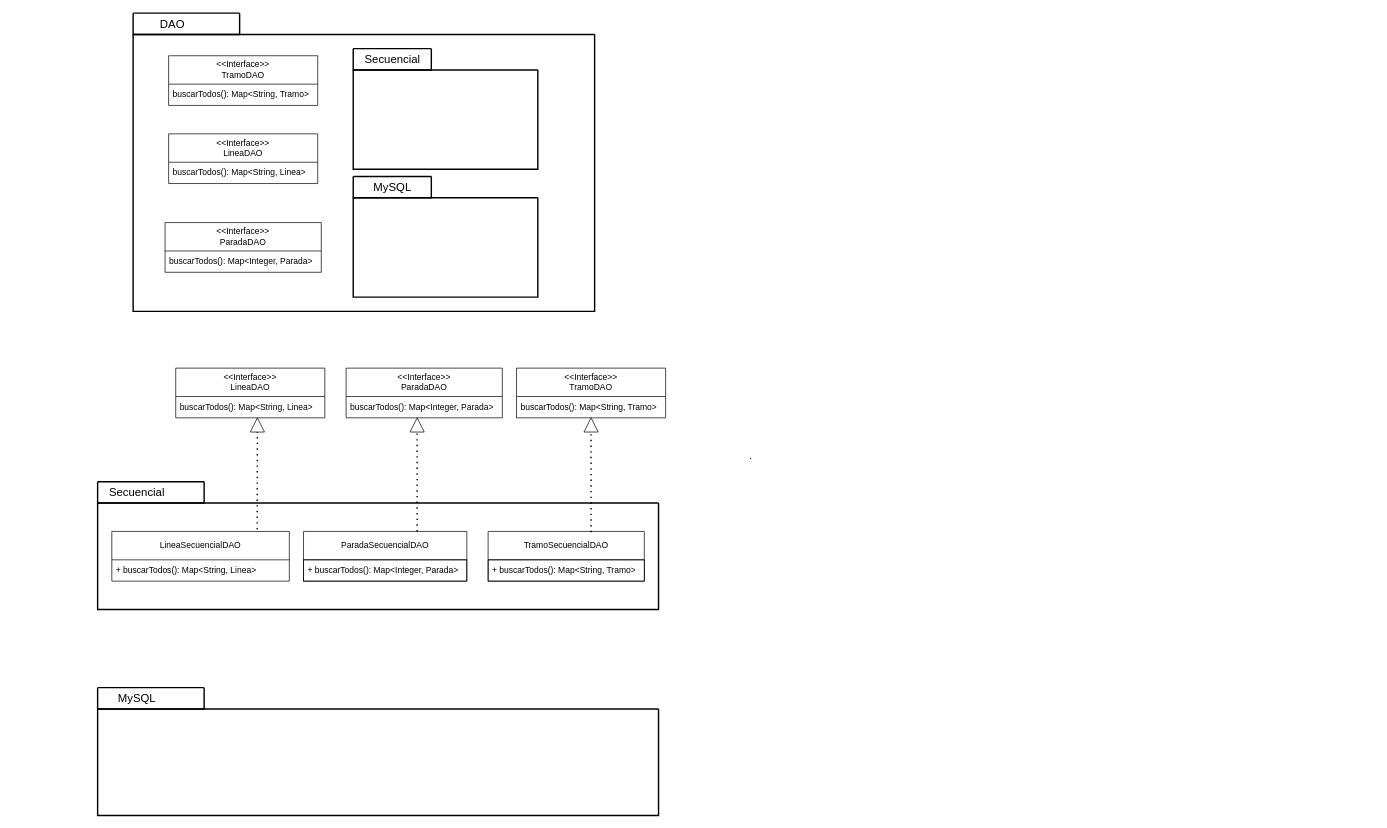
Above: src/colectivo/doc/uml/drawio/colectivos.dao.drawio in AverageZeko/POO-colectivos (draw.io), before the change. Source tidied: cells renumbered, new cells numbered last; positions are measured from the earlier drawing's top-left corner, leaving out a move shared by most shapes. Both pictures are drawn from the tidied source at 71%, with x=0, y=0 at pixel (97, 13).
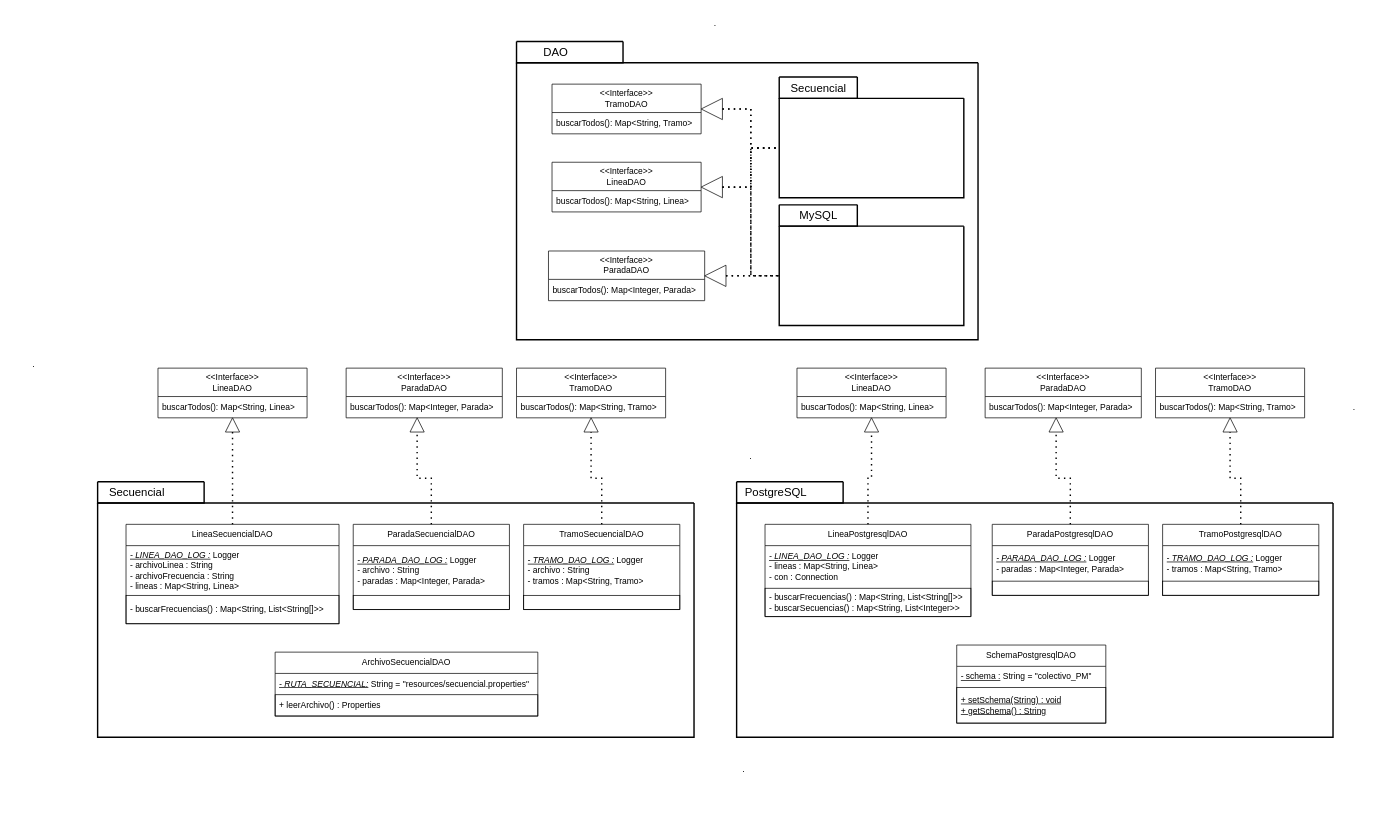
The same page after the edit.

Unchanged cells that the change refers to:
```xml
<mxCell id="35" style="triangle;whiteSpace=wrap;html=1;direction=north;" parent="1" vertex="1">
  <mxGeometry x="440" y="570" width="20" height="20" as="geometry" />
</mxCell>
<mxCell id="37" style="triangle;whiteSpace=wrap;html=1;direction=north;" parent="1" vertex="1">
  <mxGeometry x="685" y="570" width="20" height="20" as="geometry" />
</mxCell>
```

The edit, as a diff of the source:
```diff
@@
     <mxCell id="2" style="swimlane;startSize=0;align=center;strokeWidth=2;" parent="1" vertex="1">
-      <mxGeometry x="50" y="30" width="650" height="390" as="geometry" />
+      <mxGeometry x="590" y="70" width="650" height="390" as="geometry" />
     </mxCell>
@@
     <mxCell id="9" style="swimlane;startSize=0;align=center;strokeWidth=2;" parent="2" vertex="1">
-      <mxGeometry x="310" y="50" width="260" height="140" as="geometry" />
+      <mxGeometry x="370" y="50" width="260" height="140" as="geometry" />
     </mxCell>
     <mxCell id="10" style="swimlane;startSize=0;strokeWidth=2;" parent="2" vertex="1">
-      <mxGeometry x="310" y="20" width="110" height="30" as="geometry" />
+      <mxGeometry x="370" y="20" width="110" height="30" as="geometry" />
     </mxCell>
@@
     <mxCell id="12" style="swimlane;startSize=0;align=center;strokeWidth=2;" parent="2" vertex="1">
-      <mxGeometry x="310" y="230" width="260" height="140" as="geometry" />
+      <mxGeometry x="370" y="230" width="260" height="140" as="geometry" />
     </mxCell>
     <mxCell id="13" style="swimlane;startSize=0;strokeWidth=2;" parent="2" vertex="1">
-      <mxGeometry x="310" y="200" width="110" height="30" as="geometry" />
+      <mxGeometry x="370" y="200" width="110" height="30" as="geometry" />
     </mxCell>
@@
+    <mxCell id="42" style="triangle;whiteSpace=wrap;html=1;direction=west;" parent="2" vertex="1">
+      <mxGeometry x="260" y="50" width="30" height="30" as="geometry" />
+    </mxCell>
+    <mxCell id="43" style="triangle;whiteSpace=wrap;html=1;direction=west;" parent="2" vertex="1">
+      <mxGeometry x="260" y="160" width="30" height="30" as="geometry" />
+    </mxCell>
+    <mxCell id="44" style="triangle;whiteSpace=wrap;html=1;direction=west;" parent="2" vertex="1">
+      <mxGeometry x="265" y="285" width="30" height="30" as="geometry" />
+    </mxCell>
+    <mxCell id="45" style="endArrow=none;dashed=1;html=1;dashPattern=1 3;strokeWidth=2;rounded=0;entryX=0;entryY=0.5;entryDx=0;entryDy=0;exitX=0;exitY=0.5;exitDx=0;exitDy=0;edgeStyle=orthogonalEdgeStyle;" parent="2" edge="1" source="42" target="9">
+      <mxGeometry relative="1" as="geometry" />
+    </mxCell>
+    <mxCell id="46" style="endArrow=none;dashed=1;html=1;dashPattern=1 3;strokeWidth=2;rounded=0;entryX=0;entryY=0.5;entryDx=0;entryDy=0;exitX=0;exitY=0.5;exitDx=0;exitDy=0;edgeStyle=orthogonalEdgeStyle;" parent="2" edge="1" source="43" target="9">
+      <mxGeometry relative="1" as="geometry" />
+    </mxCell>
+    <mxCell id="47" style="endArrow=none;dashed=1;html=1;dashPattern=1 3;strokeWidth=2;rounded=0;entryX=0;entryY=0.5;entryDx=0;entryDy=0;exitX=0;exitY=0.5;exitDx=0;exitDy=0;edgeStyle=orthogonalEdgeStyle;" parent="2" edge="1" source="43" target="9">
+      <mxGeometry relative="1" as="geometry" />
+    </mxCell>
+    <mxCell id="48" style="endArrow=none;dashed=1;html=1;dashPattern=1 3;strokeWidth=2;rounded=0;entryX=0;entryY=0.5;entryDx=0;entryDy=0;exitX=0;exitY=0.5;exitDx=0;exitDy=0;edgeStyle=orthogonalEdgeStyle;" parent="2" edge="1" source="44" target="9">
+      <mxGeometry relative="1" as="geometry">
+        <Array as="points">
+          <mxPoint x="330" y="300" />
+          <mxPoint x="330" y="120" />
+        </Array>
+      </mxGeometry>
+    </mxCell>
+    <mxCell id="49" style="endArrow=none;dashed=1;html=1;dashPattern=1 3;strokeWidth=2;rounded=0;entryX=0;entryY=0.5;entryDx=0;entryDy=0;exitX=0;exitY=0.5;exitDx=0;exitDy=0;edgeStyle=orthogonalEdgeStyle;" parent="2" edge="1" source="44" target="12">
+      <mxGeometry relative="1" as="geometry" />
+    </mxCell>
+    <mxCell id="50" style="endArrow=none;dashed=1;html=1;dashPattern=1 3;strokeWidth=2;rounded=0;entryX=0;entryY=0.5;entryDx=0;entryDy=0;exitX=0;exitY=0.5;exitDx=0;exitDy=0;edgeStyle=orthogonalEdgeStyle;" parent="2" edge="1" source="43" target="12">
+      <mxGeometry relative="1" as="geometry" />
+    </mxCell>
+    <mxCell id="51" style="endArrow=none;dashed=1;html=1;dashPattern=1 3;strokeWidth=2;rounded=0;entryX=0;entryY=0.5;entryDx=0;entryDy=0;exitX=0;exitY=0.5;exitDx=0;exitDy=0;edgeStyle=orthogonalEdgeStyle;" parent="2" edge="1" source="42" target="12">
+      <mxGeometry relative="1" as="geometry" />
+    </mxCell>
     <mxCell id="15" style="swimlane;startSize=0;strokeWidth=2;" parent="1" vertex="1">
-      <mxGeometry x="50" width="150" height="30" as="geometry" />
+      <mxGeometry x="590" y="40" width="150" height="30" as="geometry" />
     </mxCell>
@@
     <mxCell id="17" style="swimlane;startSize=0;align=center;strokeWidth=2;" parent="1" vertex="1">
-      <mxGeometry y="690" width="790" height="150" as="geometry" />
+      <mxGeometry y="690" width="840" height="330" as="geometry" />
     </mxCell>
-    <mxCell id="18" value="LineaSecuencialDAO" style="swimlane;fontStyle=0;horizontal=1;startSize=40;whiteSpace=wrap;html=1;" parent="17" vertex="1">
-      <mxGeometry x="20" y="40" width="250" height="70" as="geometry" />
+    <mxCell id="18" value="LineaSecuencialDAO" style="swimlane;fontStyle=0;horizontal=1;startSize=30;whiteSpace=wrap;html=1;" parent="17" vertex="1">
+      <mxGeometry x="40" y="30" width="300" height="140" as="geometry" />
     </mxCell>
-    <mxCell id="19" value="+ buscarTodos(): Map&amp;lt;String, Linea&amp;gt;" style="text;strokeColor=none;fillColor=none;align=left;verticalAlign=middle;spacingLeft=4;spacingRight=4;overflow=hidden;whiteSpace=wrap;html=1;" parent="18" vertex="1">
-      <mxGeometry y="40" width="250" height="30" as="geometry" />
-    </mxCell>
+    <mxCell id="52" value="&lt;div&gt;&lt;u&gt;&lt;i&gt;- LINEA_DAO_LOG :&lt;/i&gt;&lt;/u&gt;&amp;nbsp;Logger&lt;/div&gt;&lt;div&gt;- archivoLinea : String&lt;/div&gt;&lt;div&gt;- archivoFrecuencia : String&lt;/div&gt;&lt;div&gt;- lineas : Map&amp;lt;String, Linea&amp;gt;&lt;/div&gt;" style="text;strokeColor=none;fillColor=none;align=left;verticalAlign=middle;spacingLeft=4;spacingRight=4;overflow=hidden;whiteSpace=wrap;html=1;" parent="18" vertex="1">
+      <mxGeometry y="30" width="300" height="70" as="geometry" />
+    </mxCell>
+    <mxCell id="53" value="- buscarFrecuencias() : Map&amp;lt;String, List&amp;lt;String[]&amp;gt;&amp;gt;" style="text;strokeColor=default;fillColor=none;align=left;verticalAlign=middle;spacingLeft=4;spacingRight=4;overflow=hidden;whiteSpace=wrap;html=1;" parent="18" vertex="1">
+      <mxGeometry y="100" width="300" height="40" as="geometry" />
+    </mxCell>
-    <mxCell id="20" value="ParadaSecuencialDAO" style="swimlane;fontStyle=0;horizontal=1;startSize=40;whiteSpace=wrap;html=1;" parent="17" vertex="1">
-      <mxGeometry x="290" y="40" width="230" height="70" as="geometry" />
+    <mxCell id="20" value="ParadaSecuencialDAO" style="swimlane;fontStyle=0;horizontal=1;startSize=30;whiteSpace=wrap;html=1;" parent="17" vertex="1">
+      <mxGeometry x="360" y="30" width="220" height="120" as="geometry" />
     </mxCell>
-    <mxCell id="21" value="+ buscarTodos(): Map&amp;lt;Integer, Parada&amp;gt;" style="text;strokeColor=default;fillColor=none;align=left;verticalAlign=middle;spacingLeft=4;spacingRight=4;overflow=hidden;whiteSpace=wrap;html=1;" parent="20" vertex="1">
-      <mxGeometry y="40" width="230" height="30" as="geometry" />
-    </mxCell>
+    <mxCell id="54" value="&lt;div&gt;&lt;u&gt;&lt;i&gt;- PARADA_DAO_LOG :&lt;/i&gt;&lt;/u&gt;&amp;nbsp;Logger&lt;/div&gt;&lt;div&gt;- archivo : String&lt;/div&gt;&lt;div&gt;- paradas : Map&amp;lt;Integer, Parada&amp;gt;&lt;/div&gt;" style="text;strokeColor=none;fillColor=none;align=left;verticalAlign=middle;spacingLeft=4;spacingRight=4;overflow=hidden;whiteSpace=wrap;html=1;" parent="20" vertex="1">
+      <mxGeometry y="30" width="220" height="70" as="geometry" />
+    </mxCell>
+    <mxCell id="55" value="&lt;div&gt;&lt;br&gt;&lt;/div&gt;" style="text;strokeColor=default;fillColor=none;align=left;verticalAlign=middle;spacingLeft=4;spacingRight=4;overflow=hidden;whiteSpace=wrap;html=1;" parent="20" vertex="1">
+      <mxGeometry y="100" width="220" height="20" as="geometry" />
+    </mxCell>
+    <mxCell id="30" value="TramoSecuencialDAO" style="swimlane;fontStyle=0;horizontal=1;startSize=30;whiteSpace=wrap;html=1;" parent="17" vertex="1">
+      <mxGeometry x="600" y="30" width="220" height="120" as="geometry" />
+    </mxCell>
+    <mxCell id="56" value="&lt;div&gt;&lt;u&gt;&lt;i&gt;- TRAMO_DAO_LOG :&lt;/i&gt;&lt;/u&gt;&amp;nbsp;Logger&lt;/div&gt;&lt;div&gt;- archivo : String&lt;/div&gt;&lt;div&gt;- tramos : Map&amp;lt;String, Tramo&amp;gt;&lt;/div&gt;" style="text;strokeColor=none;fillColor=none;align=left;verticalAlign=middle;spacingLeft=4;spacingRight=4;overflow=hidden;whiteSpace=wrap;html=1;" parent="30" vertex="1">
+      <mxGeometry y="30" width="220" height="70" as="geometry" />
+    </mxCell>
+    <mxCell id="57" style="text;strokeColor=default;fillColor=none;align=left;verticalAlign=middle;spacingLeft=4;spacingRight=4;overflow=hidden;whiteSpace=wrap;html=1;" parent="30" vertex="1">
+      <mxGeometry y="100" width="220" height="20" as="geometry" />
+    </mxCell>
+    <mxCell id="58" value="ArchivoSecuencialDAO" style="swimlane;fontStyle=0;horizontal=1;startSize=30;whiteSpace=wrap;html=1;" parent="17" vertex="1">
+      <mxGeometry x="250" y="210" width="370" height="90" as="geometry" />
+    </mxCell>
+    <mxCell id="59" value="&lt;u&gt;&lt;i&gt;- RUTA_SECUENCIAL:&lt;/i&gt;&lt;/u&gt;&amp;nbsp;String = &quot;resources/secuencial.properties&quot;" style="text;strokeColor=none;fillColor=none;align=left;verticalAlign=middle;spacingLeft=4;spacingRight=4;overflow=hidden;whiteSpace=wrap;html=1;" parent="58" vertex="1">
+      <mxGeometry y="30" width="370" height="30" as="geometry" />
+    </mxCell>
+    <mxCell id="60" value="+ leerArchivo() : Properties" style="text;strokeColor=default;fillColor=none;align=left;verticalAlign=middle;spacingLeft=4;spacingRight=4;overflow=hidden;whiteSpace=wrap;html=1;" parent="58" vertex="1">
+      <mxGeometry y="60" width="370" height="30" as="geometry" />
+    </mxCell>
@@
     <mxCell id="26" value="&lt;div&gt;&amp;lt;&amp;lt;Interface&amp;gt;&amp;gt;&lt;/div&gt;&lt;div&gt;LineaDAO&lt;/div&gt;" style="swimlane;fontStyle=0;horizontal=1;startSize=40;whiteSpace=wrap;html=1;" parent="1" vertex="1">
-      <mxGeometry x="110" y="500" width="210" height="70" as="geometry" />
+      <mxGeometry x="85" y="500" width="210" height="70" as="geometry" />
     </mxCell>
@@
-    <mxCell id="30" value="TramoSecuencialDAO" style="swimlane;fontStyle=0;horizontal=1;startSize=40;whiteSpace=wrap;html=1;" parent="1" vertex="1">
-      <mxGeometry x="550" y="730" width="220" height="70" as="geometry" />
-    </mxCell>
-    <mxCell id="31" value="+ buscarTodos(): Map&amp;lt;String, Tramo&amp;gt;" style="text;strokeColor=default;fillColor=none;align=left;verticalAlign=middle;spacingLeft=4;spacingRight=4;overflow=hidden;whiteSpace=wrap;html=1;" parent="30" vertex="1">
-      <mxGeometry y="40" width="220" height="30" as="geometry" />
-    </mxCell>
-    <mxCell id="32" style="endArrow=none;dashed=1;html=1;dashPattern=1 3;strokeWidth=2;rounded=0;entryX=0;entryY=0.5;entryDx=0;entryDy=0;exitX=0.819;exitY=-0.043;exitDx=0;exitDy=0;edgeStyle=orthogonalEdgeStyle;exitPerimeter=0;" parent="1" edge="1" source="18" target="34">
+    <mxCell id="32" style="endArrow=none;dashed=1;html=1;dashPattern=1 3;strokeWidth=2;rounded=0;entryX=0;entryY=0.5;entryDx=0;entryDy=0;exitX=0.5;exitY=0;exitDx=0;exitDy=0;edgeStyle=orthogonalEdgeStyle;" parent="1" edge="1" source="18" target="34">
       <mxGeometry relative="1" as="geometry" />
     </mxCell>
-    <mxCell id="33" style="endArrow=none;dashed=1;html=1;dashPattern=1 3;strokeWidth=2;rounded=0;entryX=0;entryY=0.5;entryDx=0;entryDy=0;edgeStyle=orthogonalEdgeStyle;startArrow=none;startFill=0;" parent="1" edge="1" target="35">
-      <mxGeometry relative="1" as="geometry">
-        <mxPoint x="450" y="730" as="sourcePoint" />
-        <Array as="points">
-          <mxPoint x="450" y="730" />
-        </Array>
-      </mxGeometry>
+    <mxCell id="33" style="endArrow=none;dashed=1;html=1;dashPattern=1 3;strokeWidth=2;rounded=0;entryX=0;entryY=0.5;entryDx=0;entryDy=0;startArrow=none;startFill=0;exitX=0.5;exitY=0;exitDx=0;exitDy=0;edgeStyle=orthogonalEdgeStyle;" parent="1" edge="1" source="20" target="35">
+      <mxGeometry relative="1" as="geometry" />
     </mxCell>
     <mxCell id="34" style="triangle;whiteSpace=wrap;html=1;direction=north;" parent="1" vertex="1">
-      <mxGeometry x="215" y="570" width="20" height="20" as="geometry" />
+      <mxGeometry x="180" y="570" width="20" height="20" as="geometry" />
     </mxCell>
@@
-    <mxCell id="36" style="endArrow=none;dashed=1;html=1;dashPattern=1 3;strokeWidth=2;rounded=0;entryX=0;entryY=0.5;entryDx=0;entryDy=0;exitX=0.659;exitY=0.014;exitDx=0;exitDy=0;edgeStyle=orthogonalEdgeStyle;exitPerimeter=0;" parent="1" edge="1" source="30" target="37">
+    <mxCell id="36" style="endArrow=none;dashed=1;html=1;dashPattern=1 3;strokeWidth=2;rounded=0;entryX=0;entryY=0.5;entryDx=0;entryDy=0;exitX=0.5;exitY=0;exitDx=0;exitDy=0;edgeStyle=orthogonalEdgeStyle;" parent="1" edge="1" source="30" target="37">
       <mxGeometry relative="1" as="geometry" />
     </mxCell>
@@
-    <mxCell id="38" style="swimlane;startSize=0;align=center;strokeWidth=2;" parent="1" vertex="1">
-      <mxGeometry y="980" width="790" height="150" as="geometry" />
-    </mxCell>
-    <mxCell id="39" style="swimlane;startSize=0;strokeWidth=2;" parent="1" vertex="1">
-      <mxGeometry y="950" width="150" height="30" as="geometry" />
-    </mxCell>
-    <mxCell id="40" value="MySQL" style="text;html=1;align=center;verticalAlign=middle;strokeColor=none;fillColor=none;fontSize=16;" parent="39" vertex="1">
-      <mxGeometry x="15" width="80" height="30" as="geometry" />
-    </mxCell>
@@
+    <mxCell id="61" style="swimlane;startSize=0;align=center;strokeWidth=2;" parent="1" vertex="1">
+      <mxGeometry x="900" y="690" width="840" height="330" as="geometry" />
+    </mxCell>
+    <mxCell id="62" value="LineaPostgresqlDAO" style="swimlane;fontStyle=0;horizontal=1;startSize=30;whiteSpace=wrap;html=1;" parent="61" vertex="1">
+      <mxGeometry x="40" y="30" width="290" height="130" as="geometry" />
+    </mxCell>
+    <mxCell id="63" value="&lt;div&gt;&lt;u&gt;&lt;i&gt;- LINEA_DAO_LOG :&lt;/i&gt;&lt;/u&gt;&amp;nbsp;Logger&lt;/div&gt;&lt;div&gt;- lineas : Map&amp;lt;String, Linea&amp;gt;&lt;/div&gt;&lt;div&gt;- con : Connection&lt;/div&gt;" style="text;strokeColor=none;fillColor=none;align=left;verticalAlign=middle;spacingLeft=4;spacingRight=4;overflow=hidden;whiteSpace=wrap;html=1;" parent="62" vertex="1">
+      <mxGeometry y="30" width="290" height="60" as="geometry" />
+    </mxCell>
+    <mxCell id="64" value="&lt;div&gt;- buscarFrecuencias() : Map&amp;lt;String, List&amp;lt;String[]&amp;gt;&amp;gt;&lt;/div&gt;- buscarSecuencias() : Map&amp;lt;String, List&amp;lt;Integer&amp;gt;&amp;gt;" style="text;strokeColor=default;fillColor=none;align=left;verticalAlign=middle;spacingLeft=4;spacingRight=4;overflow=hidden;whiteSpace=wrap;html=1;" parent="62" vertex="1">
+      <mxGeometry y="90" width="290" height="40" as="geometry" />
+    </mxCell>
+    <mxCell id="65" value="ParadaPostgresqlDAO" style="swimlane;fontStyle=0;horizontal=1;startSize=30;whiteSpace=wrap;html=1;" parent="61" vertex="1">
+      <mxGeometry x="360" y="30" width="220" height="100" as="geometry" />
+    </mxCell>
+    <mxCell id="66" value="&lt;div&gt;&lt;u&gt;&lt;i&gt;- PARADA_DAO_LOG :&lt;/i&gt;&lt;/u&gt;&amp;nbsp;Logger&lt;/div&gt;&lt;div&gt;- paradas : Map&amp;lt;Integer, Parada&amp;gt;&lt;/div&gt;" style="text;strokeColor=none;fillColor=none;align=left;verticalAlign=middle;spacingLeft=4;spacingRight=4;overflow=hidden;whiteSpace=wrap;html=1;" parent="65" vertex="1">
+      <mxGeometry y="30" width="220" height="50" as="geometry" />
+    </mxCell>
+    <mxCell id="67" value="&lt;div&gt;&lt;br&gt;&lt;/div&gt;" style="text;strokeColor=default;fillColor=none;align=left;verticalAlign=middle;spacingLeft=4;spacingRight=4;overflow=hidden;whiteSpace=wrap;html=1;" parent="65" vertex="1">
+      <mxGeometry y="80" width="220" height="20" as="geometry" />
+    </mxCell>
+    <mxCell id="68" value="TramoPostgresqlDAO" style="swimlane;fontStyle=0;horizontal=1;startSize=30;whiteSpace=wrap;html=1;" parent="61" vertex="1">
+      <mxGeometry x="600" y="30" width="220" height="100" as="geometry" />
+    </mxCell>
+    <mxCell id="69" value="&lt;div&gt;&lt;u&gt;&lt;i&gt;- TRAMO_DAO_LOG :&lt;/i&gt;&lt;/u&gt;&amp;nbsp;Logger&lt;/div&gt;&lt;div&gt;- tramos : Map&amp;lt;String, Tramo&amp;gt;&lt;/div&gt;" style="text;strokeColor=none;fillColor=none;align=left;verticalAlign=middle;spacingLeft=4;spacingRight=4;overflow=hidden;whiteSpace=wrap;html=1;" parent="68" vertex="1">
+      <mxGeometry y="30" width="220" height="50" as="geometry" />
+    </mxCell>
+    <mxCell id="70" style="text;strokeColor=default;fillColor=none;align=left;verticalAlign=middle;spacingLeft=4;spacingRight=4;overflow=hidden;whiteSpace=wrap;html=1;" parent="68" vertex="1">
+      <mxGeometry y="80" width="220" height="20" as="geometry" />
+    </mxCell>
+    <mxCell id="71" value="SchemaPostgresqlDAO" style="swimlane;fontStyle=0;horizontal=1;startSize=30;whiteSpace=wrap;html=1;" parent="61" vertex="1">
+      <mxGeometry x="310" y="200" width="210" height="110" as="geometry" />
+    </mxCell>
+    <mxCell id="72" value="&lt;u&gt;- schema :&lt;/u&gt;&amp;nbsp;String = &quot;colectivo_PM&quot;" style="text;strokeColor=none;fillColor=none;align=left;verticalAlign=middle;spacingLeft=4;spacingRight=4;overflow=hidden;whiteSpace=wrap;html=1;" parent="71" vertex="1">
+      <mxGeometry y="30" width="210" height="30" as="geometry" />
+    </mxCell>
+    <mxCell id="73" value="&lt;div&gt;&lt;u&gt;+ setSchema(String) : void&lt;/u&gt;&lt;/div&gt;&lt;div&gt;&lt;u&gt;+ getSchema() : String&lt;/u&gt;&lt;/div&gt;" style="text;strokeColor=default;fillColor=none;align=left;verticalAlign=middle;spacingLeft=4;spacingRight=4;overflow=hidden;whiteSpace=wrap;html=1;" parent="71" vertex="1">
+      <mxGeometry y="60" width="210" height="50" as="geometry" />
+    </mxCell>
+    <mxCell id="74" style="swimlane;startSize=0;strokeWidth=2;" parent="1" vertex="1">
+      <mxGeometry x="900" y="660" width="150" height="30" as="geometry" />
+    </mxCell>
+    <mxCell id="75" value="PostgreSQL" style="text;html=1;align=center;verticalAlign=middle;strokeColor=none;fillColor=none;fontSize=16;" parent="74" vertex="1">
+      <mxGeometry width="110" height="30" as="geometry" />
+    </mxCell>
+    <mxCell id="76" value="&lt;div&gt;&amp;lt;&amp;lt;Interface&amp;gt;&amp;gt;&lt;/div&gt;&lt;div&gt;TramoDAO&lt;/div&gt;" style="swimlane;fontStyle=0;horizontal=1;startSize=40;whiteSpace=wrap;html=1;" parent="1" vertex="1">
+      <mxGeometry x="1490" y="500" width="210" height="70" as="geometry" />
+    </mxCell>
+    <mxCell id="77" value="buscarTodos(): Map&amp;lt;String, Tramo&amp;gt;" style="text;strokeColor=none;fillColor=none;align=left;verticalAlign=middle;spacingLeft=4;spacingRight=4;overflow=hidden;whiteSpace=wrap;html=1;" parent="76" vertex="1">
+      <mxGeometry y="40" width="210" height="30" as="geometry" />
+    </mxCell>
+    <mxCell id="78" value="&lt;div&gt;&amp;lt;&amp;lt;Interface&amp;gt;&amp;gt;&lt;/div&gt;&lt;div&gt;LineaDAO&lt;/div&gt;" style="swimlane;fontStyle=0;horizontal=1;startSize=40;whiteSpace=wrap;html=1;" parent="1" vertex="1">
+      <mxGeometry x="985" y="500" width="210" height="70" as="geometry" />
+    </mxCell>
+    <mxCell id="79" value="buscarTodos(): Map&amp;lt;String, Linea&amp;gt;" style="text;strokeColor=none;fillColor=none;align=left;verticalAlign=middle;spacingLeft=4;spacingRight=4;overflow=hidden;whiteSpace=wrap;html=1;" parent="78" vertex="1">
+      <mxGeometry y="40" width="210" height="30" as="geometry" />
+    </mxCell>
+    <mxCell id="80" value="&lt;div&gt;&amp;lt;&amp;lt;Interface&amp;gt;&amp;gt;&lt;/div&gt;&lt;div&gt;ParadaDAO&lt;/div&gt;" style="swimlane;fontStyle=0;horizontal=1;startSize=40;whiteSpace=wrap;html=1;" parent="1" vertex="1">
+      <mxGeometry x="1250" y="500" width="220" height="70" as="geometry" />
+    </mxCell>
+    <mxCell id="81" value="buscarTodos(): Map&amp;lt;Integer, Parada&amp;gt;" style="text;strokeColor=none;fillColor=none;align=left;verticalAlign=middle;spacingLeft=4;spacingRight=4;overflow=hidden;whiteSpace=wrap;html=1;" parent="80" vertex="1">
+      <mxGeometry y="40" width="220" height="30" as="geometry" />
+    </mxCell>
+    <mxCell id="82" style="endArrow=none;dashed=1;html=1;dashPattern=1 3;strokeWidth=2;rounded=0;entryX=0;entryY=0.5;entryDx=0;entryDy=0;exitX=0.5;exitY=0;exitDx=0;exitDy=0;edgeStyle=orthogonalEdgeStyle;" parent="1" edge="1" source="62" target="84">
+      <mxGeometry relative="1" as="geometry" />
+    </mxCell>
+    <mxCell id="83" style="endArrow=none;dashed=1;html=1;dashPattern=1 3;strokeWidth=2;rounded=0;entryX=0;entryY=0.5;entryDx=0;entryDy=0;startArrow=none;startFill=0;exitX=0.5;exitY=0;exitDx=0;exitDy=0;edgeStyle=orthogonalEdgeStyle;" parent="1" edge="1" source="65" target="85">
+      <mxGeometry relative="1" as="geometry" />
+    </mxCell>
+    <mxCell id="84" style="triangle;whiteSpace=wrap;html=1;direction=north;" parent="1" vertex="1">
+      <mxGeometry x="1080" y="570" width="20" height="20" as="geometry" />
+    </mxCell>
+    <mxCell id="85" style="triangle;whiteSpace=wrap;html=1;direction=north;" parent="1" vertex="1">
+      <mxGeometry x="1340" y="570" width="20" height="20" as="geometry" />
+    </mxCell>
+    <mxCell id="86" style="endArrow=none;dashed=1;html=1;dashPattern=1 3;strokeWidth=2;rounded=0;entryX=0;entryY=0.5;entryDx=0;entryDy=0;exitX=0.5;exitY=0;exitDx=0;exitDy=0;edgeStyle=orthogonalEdgeStyle;" parent="1" edge="1" source="68" target="87">
+      <mxGeometry relative="1" as="geometry" />
+    </mxCell>
+    <mxCell id="87" style="triangle;whiteSpace=wrap;html=1;direction=north;" parent="1" vertex="1">
+      <mxGeometry x="1585" y="570" width="20" height="20" as="geometry" />
+    </mxCell>
+    <mxCell id="88" value="." style="text;html=1;whiteSpace=wrap;strokeColor=none;fillColor=none;align=center;verticalAlign=middle;rounded=0;" parent="1" vertex="1">
+      <mxGeometry x="1740" y="540" width="60" height="30" as="geometry" />
+    </mxCell>
+    <mxCell id="89" value="." style="text;html=1;whiteSpace=wrap;strokeColor=none;fillColor=none;align=center;verticalAlign=middle;rounded=0;" parent="1" vertex="1">
+      <mxGeometry x="880" y="1050" width="60" height="30" as="geometry" />
+    </mxCell>
+    <mxCell id="90" value="." style="text;html=1;whiteSpace=wrap;strokeColor=none;fillColor=none;align=center;verticalAlign=middle;rounded=0;" parent="1" vertex="1">
+      <mxGeometry x="840" width="60" height="30" as="geometry" />
+    </mxCell>
+    <mxCell id="91" value="." style="text;html=1;whiteSpace=wrap;strokeColor=none;fillColor=none;align=center;verticalAlign=middle;rounded=0;" parent="1" vertex="1">
+      <mxGeometry x="-120" y="480" width="60" height="30" as="geometry" />
+    </mxCell>
```
